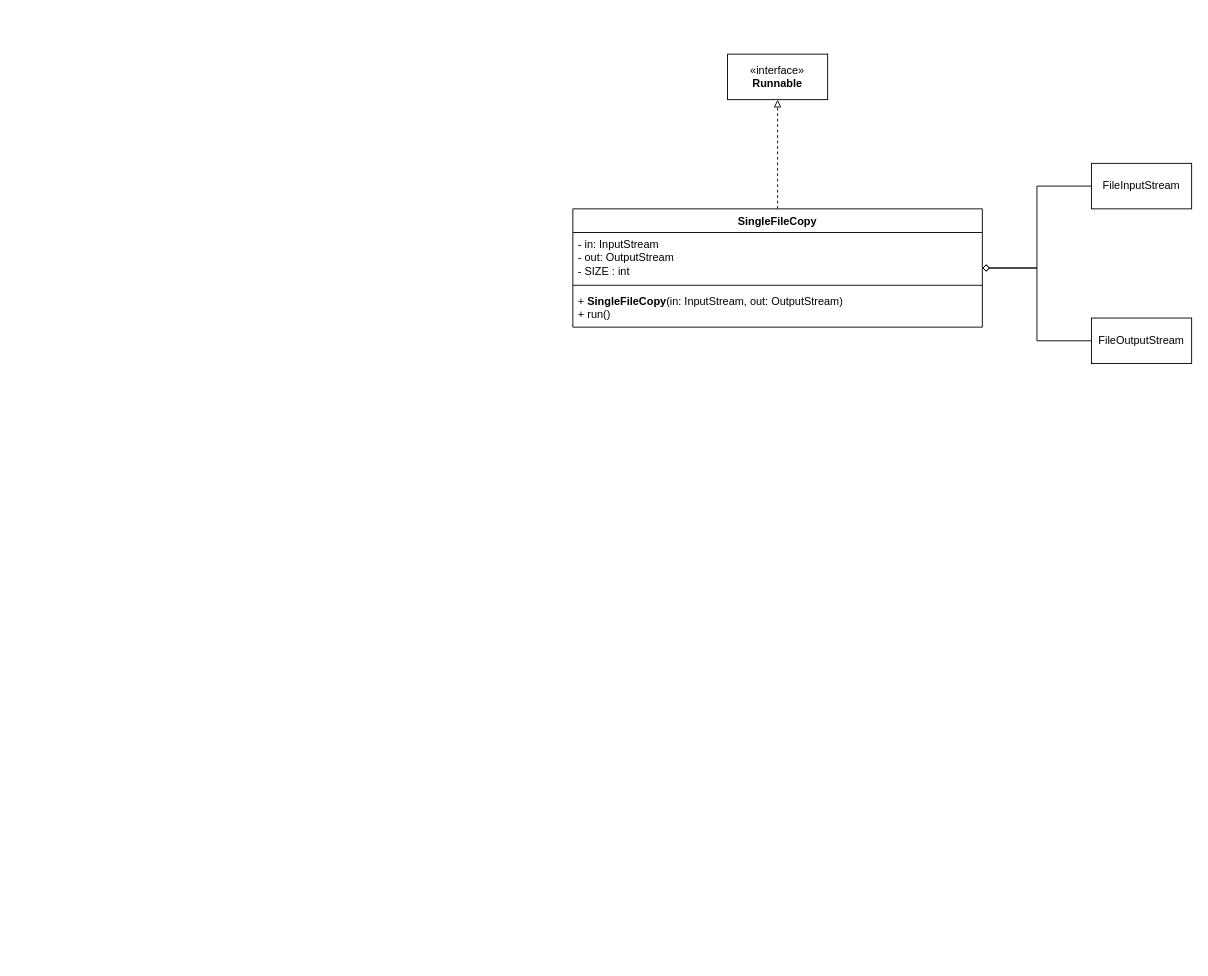
Earlier version of the draw.io diagram page "SingleFileCopy" (1 of 3) of examples/src/thread/thread.drawio (id3ntity99/java). Source tidied: cells renumbered, new cells numbered last; positions are measured from the earlier drawing's top-left corner, leaving out a move shared by most shapes. Both pictures are drawn from the tidied source at 91%, with x=0, y=0 at pixel (572, 54).
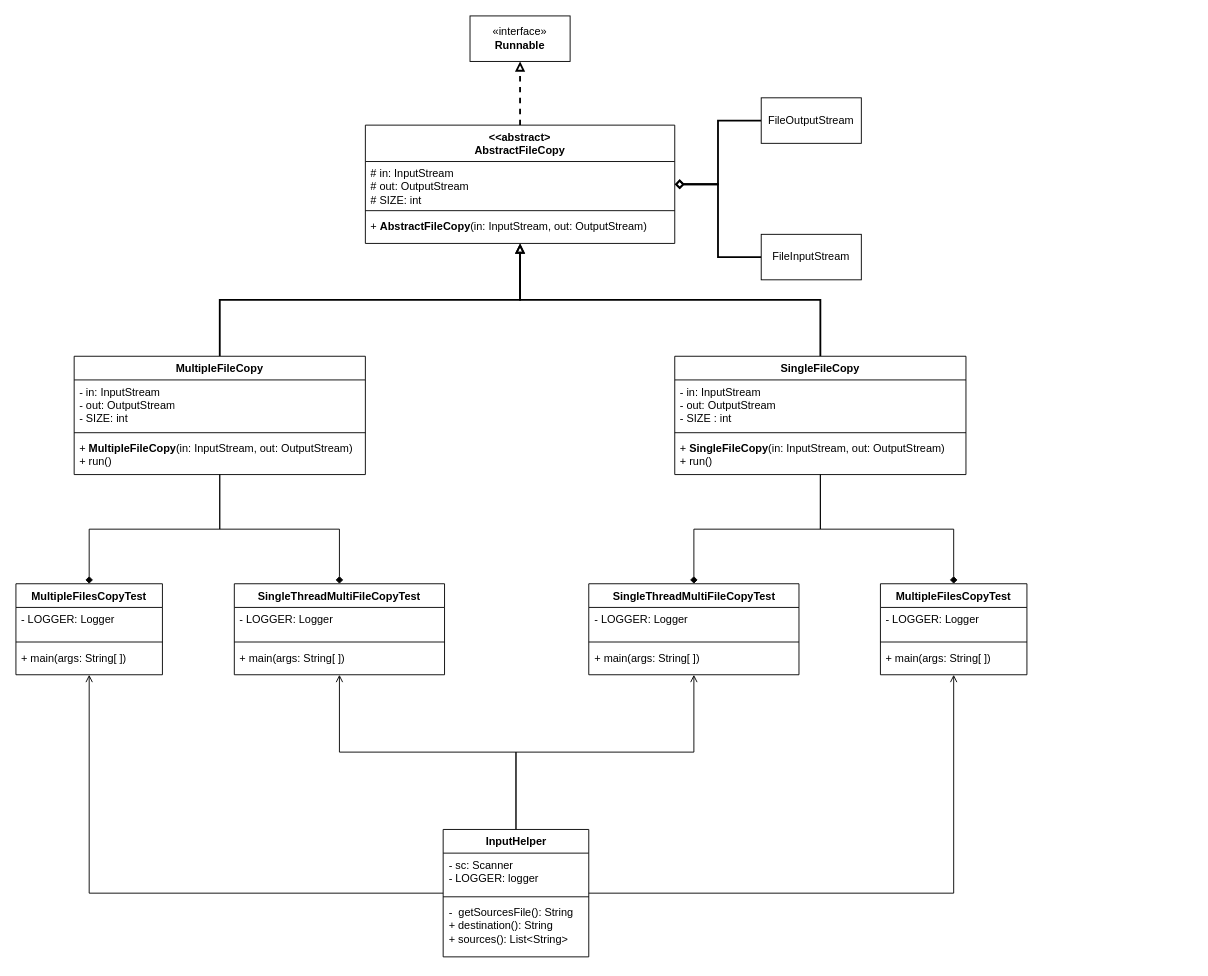
The same diagram, later.

Diff of the diagram source:
```diff
@@
-    <mxCell id="2" style="edgeStyle=orthogonalEdgeStyle;rounded=0;jettySize=auto;html=1;dashed=1;endArrow=block;endFill=0;" parent="1" edge="1" source="3" target="11">
-      <mxGeometry relative="1" as="geometry">
-        <Array as="points">
-          <mxPoint x="225" y="80" />
-          <mxPoint x="225" y="80" />
-        </Array>
-      </mxGeometry>
-    </mxCell>
+    <mxCell id="12" style="edgeStyle=orthogonalEdgeStyle;rounded=0;jettySize=auto;html=1;strokeWidth=2;endArrow=block;endFill=0;" parent="1" edge="1" source="3" target="25">
+      <mxGeometry relative="1" as="geometry" />
+    </mxCell>
+    <mxCell id="13" style="edgeStyle=orthogonalEdgeStyle;rounded=0;jettySize=auto;html=1;endArrow=diamond;endFill=1;" parent="1" edge="1" source="3" target="45">
+      <mxGeometry relative="1" as="geometry" />
+    </mxCell>
+    <mxCell id="14" style="edgeStyle=orthogonalEdgeStyle;rounded=0;jettySize=auto;html=1;entryX=0.5;entryY=0;entryDx=0;entryDy=0;endArrow=diamond;endFill=1;" parent="1" edge="1" source="3" target="49">
+      <mxGeometry relative="1" as="geometry" />
+    </mxCell>
     <mxCell id="3" value="SingleFileCopy" style="swimlane;fontStyle=1;align=center;verticalAlign=top;horizontal=1;startSize=26;whiteSpace=wrap;html=1;" parent="1" vertex="1">
-      <mxGeometry y="170" width="450" height="130" as="geometry" />
+      <mxGeometry x="112" y="332" width="320" height="130" as="geometry" />
     </mxCell>
     <mxCell id="4" value="- in: InputStream&lt;div&gt;- out: OutputStream&lt;/div&gt;&lt;div&gt;- SIZE : int&lt;/div&gt;" style="text;strokeColor=none;fillColor=none;align=left;verticalAlign=top;spacingLeft=4;spacingRight=4;overflow=hidden;whiteSpace=wrap;html=1;" parent="3" vertex="1">
-      <mxGeometry y="26" width="450" height="54" as="geometry" />
+      <mxGeometry y="26" width="320" height="54" as="geometry" />
     </mxCell>
     <mxCell id="5" style="line;strokeWidth=1;fillColor=none;align=left;verticalAlign=middle;spacingTop=-1;spacingLeft=3;spacingRight=3;labelPosition=right;strokeColor=inherit;" parent="3" vertex="1">
-      <mxGeometry y="80" width="450" height="8" as="geometry" />
+      <mxGeometry y="80" width="320" height="8" as="geometry" />
     </mxCell>
     <mxCell id="6" value="+&amp;nbsp;&lt;span style=&quot;font-weight: 700; text-align: center;&quot;&gt;SingleFileCopy&lt;/span&gt;(in: InputStream, out: OutputStream)&lt;div&gt;+ run()&lt;/div&gt;" style="text;strokeColor=none;fillColor=none;align=left;verticalAlign=top;spacingLeft=4;spacingRight=4;overflow=hidden;whiteSpace=wrap;html=1;" parent="3" vertex="1">
-      <mxGeometry y="88" width="450" height="42" as="geometry" />
+      <mxGeometry y="88" width="320" height="42" as="geometry" />
     </mxCell>
-    <mxCell id="7" style="edgeStyle=orthogonalEdgeStyle;rounded=0;jettySize=auto;html=1;endArrow=diamond;endFill=0;" parent="1" edge="1" source="8" target="3">
-      <mxGeometry relative="1" as="geometry" />
-    </mxCell>
+    <mxCell id="15" style="edgeStyle=orthogonalEdgeStyle;rounded=0;jettySize=auto;html=1;strokeWidth=2;endArrow=diamond;endFill=0;" parent="1" edge="1" source="8" target="25">
+      <mxGeometry relative="1" as="geometry" />
+    </mxCell>
     <mxCell id="8" value="FileOutputStream" style="html=1;whiteSpace=wrap;" parent="1" vertex="1">
-      <mxGeometry x="570" y="290" width="110" height="50" as="geometry" />
+      <mxGeometry x="207" y="48" width="110" height="50" as="geometry" />
     </mxCell>
-    <mxCell id="9" style="edgeStyle=orthogonalEdgeStyle;rounded=0;jettySize=auto;html=1;endArrow=diamond;endFill=0;" parent="1" edge="1" source="10" target="3">
-      <mxGeometry relative="1" as="geometry" />
-    </mxCell>
+    <mxCell id="16" style="edgeStyle=orthogonalEdgeStyle;rounded=0;jettySize=auto;html=1;strokeWidth=2;endArrow=diamond;endFill=0;" parent="1" edge="1" source="10" target="25">
+      <mxGeometry relative="1" as="geometry" />
+    </mxCell>
     <mxCell id="10" value="FileInputStream" style="html=1;whiteSpace=wrap;" parent="1" vertex="1">
-      <mxGeometry x="570" y="120" width="110" height="50" as="geometry" />
+      <mxGeometry x="207" y="198" width="110" height="50" as="geometry" />
     </mxCell>
+    <mxCell id="17" style="edgeStyle=orthogonalEdgeStyle;rounded=0;jettySize=auto;html=1;strokeWidth=2;endArrow=block;endFill=0;" parent="1" edge="1" source="20" target="25">
+      <mxGeometry relative="1" as="geometry" />
+    </mxCell>
+    <mxCell id="18" style="edgeStyle=orthogonalEdgeStyle;rounded=0;jettySize=auto;html=1;endArrow=diamond;endFill=1;" parent="1" edge="1" source="20" target="37">
+      <mxGeometry relative="1" as="geometry" />
+    </mxCell>
+    <mxCell id="19" style="edgeStyle=orthogonalEdgeStyle;rounded=0;jettySize=auto;html=1;endArrow=diamond;endFill=1;" parent="1" edge="1" source="20" target="41">
+      <mxGeometry relative="1" as="geometry" />
+    </mxCell>
+    <mxCell id="20" value="MultipleFileCopy" style="swimlane;fontStyle=1;align=center;verticalAlign=top;horizontal=1;startSize=26;whiteSpace=wrap;html=1;" parent="1" vertex="1">
+      <mxGeometry x="-548" y="332" width="320" height="130" as="geometry" />
+    </mxCell>
+    <mxCell id="21" value="- in: InputStream&lt;div&gt;- out: OutputStream&lt;/div&gt;&lt;div&gt;- SIZE: int&lt;/div&gt;" style="text;strokeColor=none;fillColor=none;align=left;verticalAlign=top;spacingLeft=4;spacingRight=4;overflow=hidden;whiteSpace=wrap;html=1;" parent="20" vertex="1">
+      <mxGeometry y="26" width="320" height="54" as="geometry" />
+    </mxCell>
+    <mxCell id="22" style="line;strokeWidth=1;fillColor=none;align=left;verticalAlign=middle;spacingTop=-1;spacingLeft=3;spacingRight=3;labelPosition=right;strokeColor=inherit;" parent="20" vertex="1">
+      <mxGeometry y="80" width="320" height="8" as="geometry" />
+    </mxCell>
+    <mxCell id="23" value="+&amp;nbsp;&lt;span style=&quot;font-weight: 700; text-align: center;&quot;&gt;MultipleFileCopy&lt;/span&gt;(in: InputStream, out: OutputStream)&lt;div&gt;+ run()&lt;/div&gt;" style="text;strokeColor=none;fillColor=none;align=left;verticalAlign=top;spacingLeft=4;spacingRight=4;overflow=hidden;whiteSpace=wrap;html=1;" parent="20" vertex="1">
+      <mxGeometry y="88" width="320" height="42" as="geometry" />
+    </mxCell>
     <mxCell id="11" value="«interface»&lt;br&gt;&lt;b&gt;Runnable&lt;/b&gt;" style="html=1;whiteSpace=wrap;" parent="1" vertex="1">
-      <mxGeometry x="170" width="110" height="50" as="geometry" />
+      <mxGeometry x="-113" y="-42" width="110" height="50" as="geometry" />
     </mxCell>
+    <mxCell id="24" style="edgeStyle=orthogonalEdgeStyle;rounded=0;jettySize=auto;html=1;endArrow=block;endFill=0;dashed=1;strokeWidth=2;" parent="1" edge="1" source="25" target="11">
+      <mxGeometry relative="1" as="geometry" />
+    </mxCell>
+    <mxCell id="25" value="&lt;div&gt;&amp;lt;&amp;lt;abstract&amp;gt;&lt;/div&gt;&lt;div&gt;AbstractFileCopy&lt;/div&gt;" style="swimlane;fontStyle=1;align=center;verticalAlign=top;horizontal=1;startSize=40;whiteSpace=wrap;html=1;" parent="1" vertex="1">
+      <mxGeometry x="-228" y="78" width="340" height="130" as="geometry" />
+    </mxCell>
+    <mxCell id="26" value="# in: InputStream&lt;div&gt;# out: OutputStream&lt;/div&gt;&lt;div&gt;# SIZE: int&lt;/div&gt;" style="text;strokeColor=none;fillColor=none;align=left;verticalAlign=top;spacingLeft=4;spacingRight=4;overflow=hidden;whiteSpace=wrap;html=1;" parent="25" vertex="1">
+      <mxGeometry y="40" width="340" height="50" as="geometry" />
+    </mxCell>
+    <mxCell id="27" style="line;strokeWidth=1;fillColor=none;align=left;verticalAlign=middle;spacingTop=-1;spacingLeft=3;spacingRight=3;labelPosition=right;strokeColor=inherit;" parent="25" vertex="1">
+      <mxGeometry y="90" width="340" height="8" as="geometry" />
+    </mxCell>
+    <mxCell id="28" value="+ &lt;b&gt;Abstract&lt;/b&gt;&lt;span style=&quot;font-weight: 700; text-align: center;&quot;&gt;FileCopy&lt;/span&gt;(in: InputStream, out: OutputStream)" style="text;strokeColor=none;fillColor=none;align=left;verticalAlign=top;spacingLeft=4;spacingRight=4;overflow=hidden;whiteSpace=wrap;html=1;" parent="25" vertex="1">
+      <mxGeometry y="98" width="340" height="32" as="geometry" />
+    </mxCell>
+    <mxCell id="29" style="edgeStyle=orthogonalEdgeStyle;rounded=0;jettySize=auto;html=1;endArrow=open;endFill=0;startArrow=none;startFill=0;" parent="1" edge="1" source="33" target="37">
+      <mxGeometry relative="1" as="geometry" />
+    </mxCell>
+    <mxCell id="30" style="edgeStyle=orthogonalEdgeStyle;rounded=0;jettySize=auto;html=1;endArrow=open;endFill=0;" parent="1" edge="1" source="33" target="45">
+      <mxGeometry relative="1" as="geometry" />
+    </mxCell>
+    <mxCell id="31" style="edgeStyle=orthogonalEdgeStyle;rounded=0;jettySize=auto;html=1;endArrow=open;endFill=0;" parent="1" edge="1" source="33" target="41">
+      <mxGeometry relative="1" as="geometry" />
+    </mxCell>
+    <mxCell id="32" style="edgeStyle=orthogonalEdgeStyle;rounded=0;jettySize=auto;html=1;endArrow=open;endFill=0;" parent="1" edge="1" source="33" target="49">
+      <mxGeometry relative="1" as="geometry" />
+    </mxCell>
+    <mxCell id="33" value="InputHelper" style="swimlane;fontStyle=1;align=center;verticalAlign=top;horizontal=1;startSize=26;whiteSpace=wrap;html=1;" parent="1" vertex="1">
+      <mxGeometry x="-142.5" y="852" width="160" height="140" as="geometry" />
+    </mxCell>
+    <mxCell id="34" value="- sc: Scanner&lt;div&gt;- LOGGER: logger&lt;/div&gt;" style="text;strokeColor=none;fillColor=none;align=left;verticalAlign=top;spacingLeft=4;spacingRight=4;overflow=hidden;whiteSpace=wrap;html=1;" parent="33" vertex="1">
+      <mxGeometry y="26" width="160" height="44" as="geometry" />
+    </mxCell>
+    <mxCell id="35" style="line;strokeWidth=1;fillColor=none;align=left;verticalAlign=middle;spacingTop=-1;spacingLeft=3;spacingRight=3;labelPosition=right;strokeColor=inherit;" parent="33" vertex="1">
+      <mxGeometry y="70" width="160" height="8" as="geometry" />
+    </mxCell>
+    <mxCell id="36" value="&lt;div&gt;-&amp;nbsp; getSourcesFile(): String&lt;/div&gt;+ destination(): String&lt;div&gt;+ sources(): List&amp;lt;String&amp;gt;&lt;/div&gt;&lt;div&gt;&lt;br&gt;&lt;/div&gt;" style="text;strokeColor=none;fillColor=none;align=left;verticalAlign=top;spacingLeft=4;spacingRight=4;overflow=hidden;whiteSpace=wrap;html=1;" parent="33" vertex="1">
+      <mxGeometry y="78" width="160" height="62" as="geometry" />
+    </mxCell>
+    <mxCell id="37" value="MultipleFilesCopyTest" style="swimlane;fontStyle=1;align=center;verticalAlign=top;horizontal=1;startSize=26;whiteSpace=wrap;html=1;" parent="1" vertex="1">
+      <mxGeometry x="-612" y="582" width="161" height="100" as="geometry" />
+    </mxCell>
+    <mxCell id="38" value="- LOGGER: Logger" style="text;strokeColor=none;fillColor=none;align=left;verticalAlign=top;spacingLeft=4;spacingRight=4;overflow=hidden;whiteSpace=wrap;html=1;" parent="37" vertex="1">
+      <mxGeometry y="26" width="161" height="34" as="geometry" />
+    </mxCell>
+    <mxCell id="39" style="line;strokeWidth=1;fillColor=none;align=left;verticalAlign=middle;spacingTop=-1;spacingLeft=3;spacingRight=3;labelPosition=right;strokeColor=inherit;" parent="37" vertex="1">
+      <mxGeometry y="60" width="161" height="8" as="geometry" />
+    </mxCell>
+    <mxCell id="40" value="+ main(args: String[ ])" style="text;strokeColor=none;fillColor=none;align=left;verticalAlign=top;spacingLeft=4;spacingRight=4;overflow=hidden;whiteSpace=wrap;html=1;" parent="37" vertex="1">
+      <mxGeometry y="68" width="161" height="32" as="geometry" />
+    </mxCell>
+    <mxCell id="41" value="SingleThreadMultiFileCopyTest" style="swimlane;fontStyle=1;align=center;verticalAlign=top;horizontal=1;startSize=26;whiteSpace=wrap;html=1;" parent="1" vertex="1">
+      <mxGeometry x="-372" y="582" width="231" height="100" as="geometry" />
+    </mxCell>
+    <mxCell id="42" value="- LOGGER: Logger" style="text;strokeColor=none;fillColor=none;align=left;verticalAlign=top;spacingLeft=4;spacingRight=4;overflow=hidden;whiteSpace=wrap;html=1;" parent="41" vertex="1">
+      <mxGeometry y="26" width="231" height="34" as="geometry" />
+    </mxCell>
+    <mxCell id="43" style="line;strokeWidth=1;fillColor=none;align=left;verticalAlign=middle;spacingTop=-1;spacingLeft=3;spacingRight=3;labelPosition=right;strokeColor=inherit;" parent="41" vertex="1">
+      <mxGeometry y="60" width="231" height="8" as="geometry" />
+    </mxCell>
+    <mxCell id="44" value="+ main(args: String[ ])" style="text;strokeColor=none;fillColor=none;align=left;verticalAlign=top;spacingLeft=4;spacingRight=4;overflow=hidden;whiteSpace=wrap;html=1;" parent="41" vertex="1">
+      <mxGeometry y="68" width="231" height="32" as="geometry" />
+    </mxCell>
+    <mxCell id="45" value="MultipleFilesCopyTest" style="swimlane;fontStyle=1;align=center;verticalAlign=top;horizontal=1;startSize=26;whiteSpace=wrap;html=1;" parent="1" vertex="1">
+      <mxGeometry x="338" y="582" width="161" height="100" as="geometry" />
+    </mxCell>
+    <mxCell id="46" value="- LOGGER: Logger" style="text;strokeColor=none;fillColor=none;align=left;verticalAlign=top;spacingLeft=4;spacingRight=4;overflow=hidden;whiteSpace=wrap;html=1;" parent="45" vertex="1">
+      <mxGeometry y="26" width="161" height="34" as="geometry" />
+    </mxCell>
+    <mxCell id="47" style="line;strokeWidth=1;fillColor=none;align=left;verticalAlign=middle;spacingTop=-1;spacingLeft=3;spacingRight=3;labelPosition=right;strokeColor=inherit;" parent="45" vertex="1">
+      <mxGeometry y="60" width="161" height="8" as="geometry" />
+    </mxCell>
+    <mxCell id="48" value="+ main(args: String[ ])" style="text;strokeColor=none;fillColor=none;align=left;verticalAlign=top;spacingLeft=4;spacingRight=4;overflow=hidden;whiteSpace=wrap;html=1;" parent="45" vertex="1">
+      <mxGeometry y="68" width="161" height="32" as="geometry" />
+    </mxCell>
+    <mxCell id="49" value="SingleThreadMultiFileCopyTest" style="swimlane;fontStyle=1;align=center;verticalAlign=top;horizontal=1;startSize=26;whiteSpace=wrap;html=1;" parent="1" vertex="1">
+      <mxGeometry x="17.5" y="582" width="231" height="100" as="geometry" />
+    </mxCell>
+    <mxCell id="50" value="- LOGGER: Logger" style="text;strokeColor=none;fillColor=none;align=left;verticalAlign=top;spacingLeft=4;spacingRight=4;overflow=hidden;whiteSpace=wrap;html=1;" parent="49" vertex="1">
+      <mxGeometry y="26" width="231" height="34" as="geometry" />
+    </mxCell>
+    <mxCell id="51" style="line;strokeWidth=1;fillColor=none;align=left;verticalAlign=middle;spacingTop=-1;spacingLeft=3;spacingRight=3;labelPosition=right;strokeColor=inherit;" parent="49" vertex="1">
+      <mxGeometry y="60" width="231" height="8" as="geometry" />
+    </mxCell>
+    <mxCell id="52" value="+ main(args: String[ ])" style="text;strokeColor=none;fillColor=none;align=left;verticalAlign=top;spacingLeft=4;spacingRight=4;overflow=hidden;whiteSpace=wrap;html=1;" parent="49" vertex="1">
+      <mxGeometry y="68" width="231" height="32" as="geometry" />
+    </mxCell>
```
